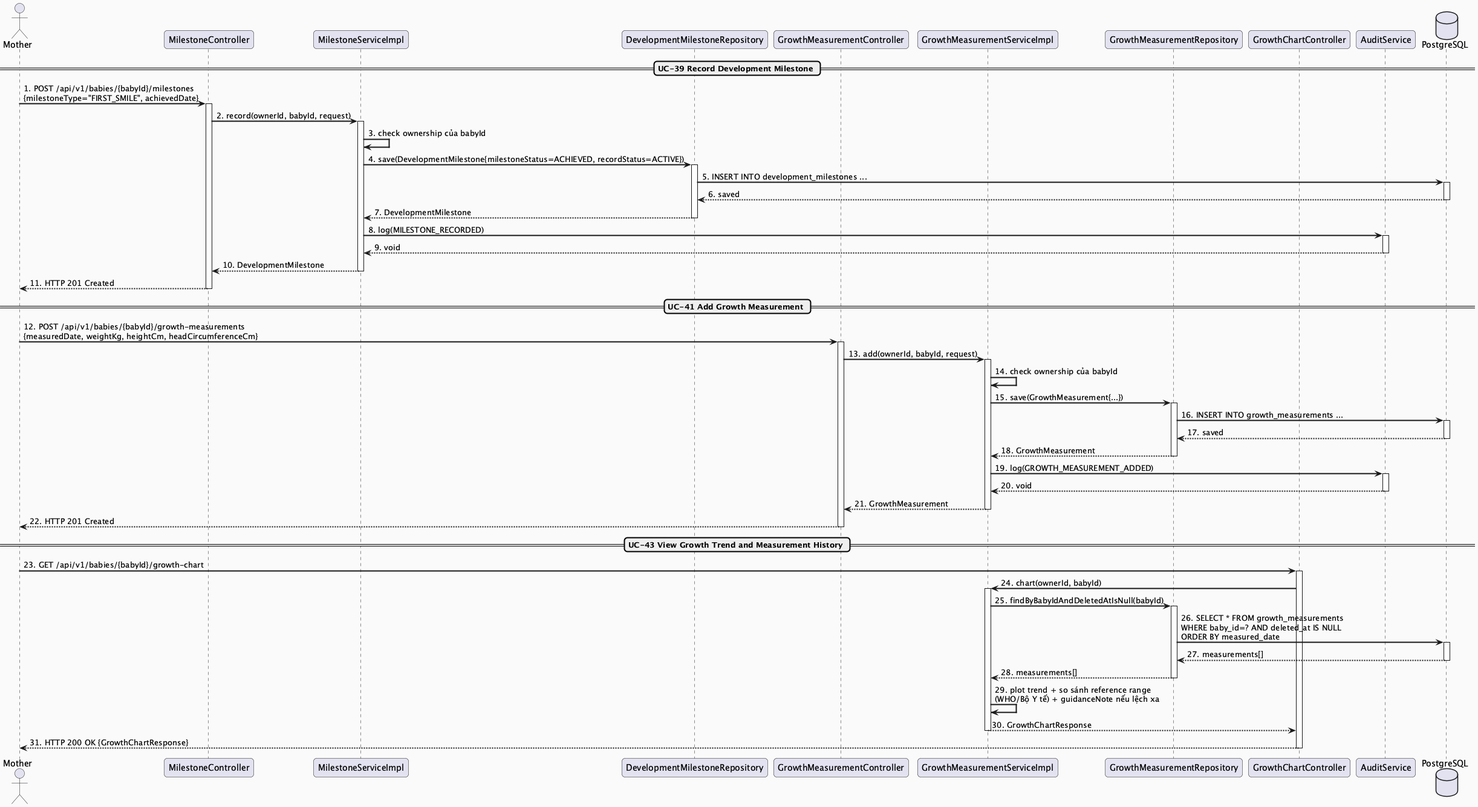
Above: docs/Detailed_Design/MF03_Baby_Care_Growth_Vaccination/images/MF03_02_GrowthMilestone_SequenceDiagram.png in ChuongBDHE172784/CareBridge_SEP490_G79 (PlantUML), before the change.
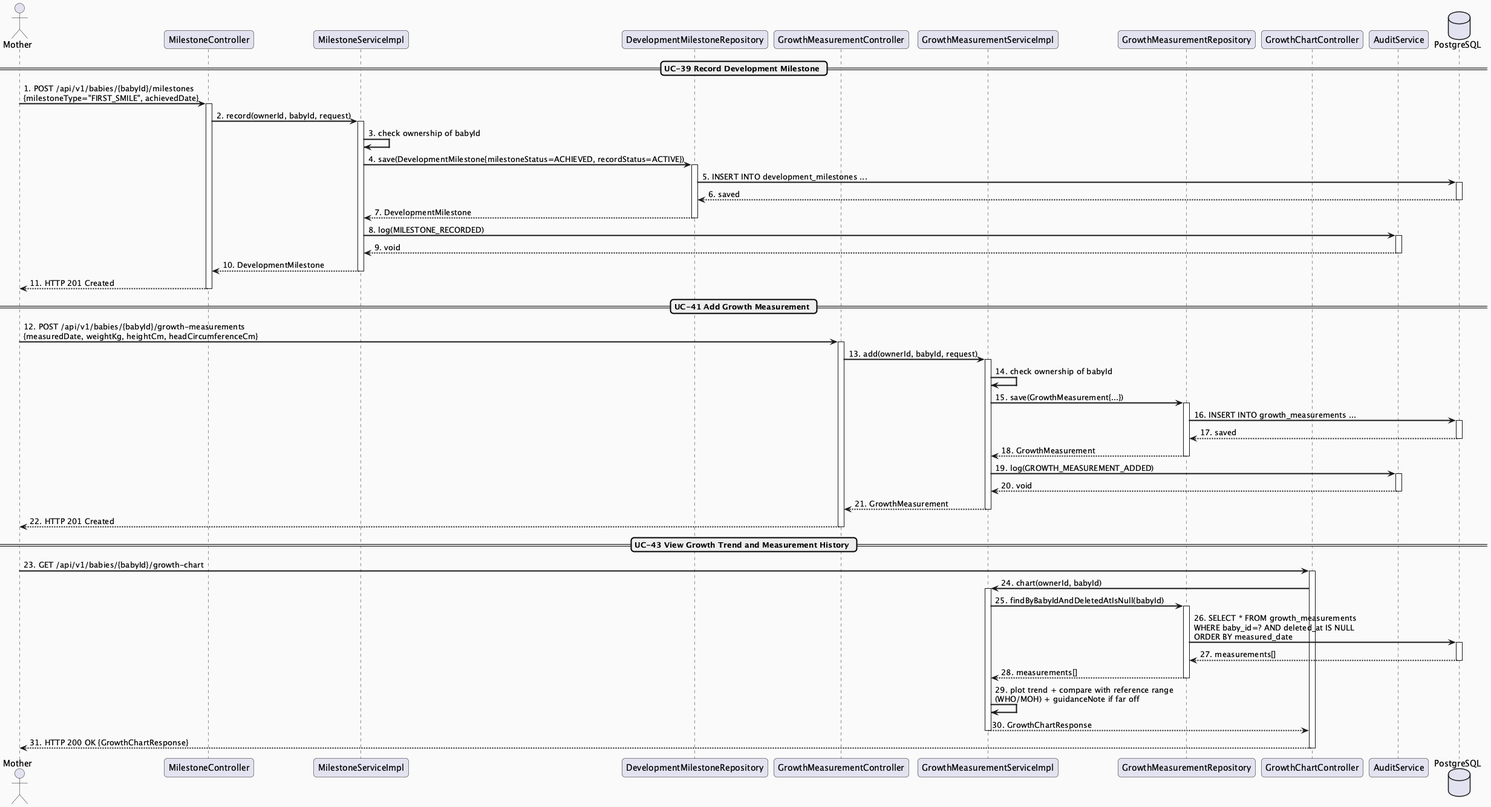
The same file after the commit.

Change to the diagram source:
```diff
@@ -19,7 +19,7 @@
 activate MilestoneController
 MilestoneController -> MilestoneService : 2. record(ownerId, babyId, request)
 activate MilestoneService
-MilestoneService -> MilestoneService : 3. check ownership của babyId
+MilestoneService -> MilestoneService : 3. check ownership of babyId
 MilestoneService -> MilestoneRepo : 4. save(DevelopmentMilestone{milestoneStatus=ACHIEVED, recordStatus=ACTIVE})
 activate MilestoneRepo
 MilestoneRepo -> DB : 5. INSERT INTO development_milestones ...
@@ -42,7 +42,7 @@
 activate GrowthController
 GrowthController -> GrowthService : 13. add(ownerId, babyId, request)
 activate GrowthService
-GrowthService -> GrowthService : 14. check ownership của babyId
+GrowthService -> GrowthService : 14. check ownership of babyId
 GrowthService -> GrowthRepo : 15. save(GrowthMeasurement{...})
 activate GrowthRepo
 GrowthRepo -> DB : 16. INSERT INTO growth_measurements ...
@@ -73,7 +73,7 @@
 deactivate DB
 GrowthRepo --> GrowthService : 28. measurements[]
 deactivate GrowthRepo
-GrowthService -> GrowthService : 29. plot trend + so sánh reference range\n(WHO/Bộ Y tế) + guidanceNote nếu lệch xa
+GrowthService -> GrowthService : 29. plot trend + compare with reference range\n(WHO/MOH) + guidanceNote if far off
 GrowthService --> ChartController : 30. GrowthChartResponse
 deactivate GrowthService
 ChartController --> M : 31. HTTP 200 OK {GrowthChartResponse}
```
